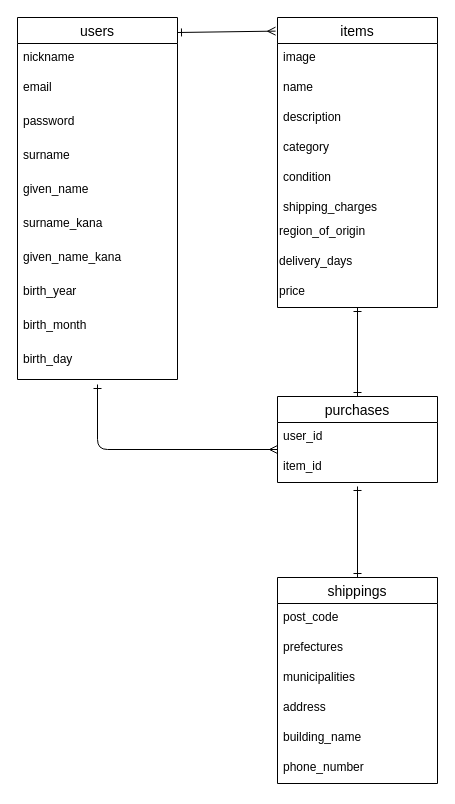
Above: furima.dio in masaya32/furima-39059 (draw.io), before the change. Source tidied: cells renumbered, new cells numbered last; positions are measured from the earlier drawing's top-left corner, leaving out a move shared by most shapes. Both pictures are drawn from the tidied source at 100%, with x=0, y=0 at pixel (17, 17).
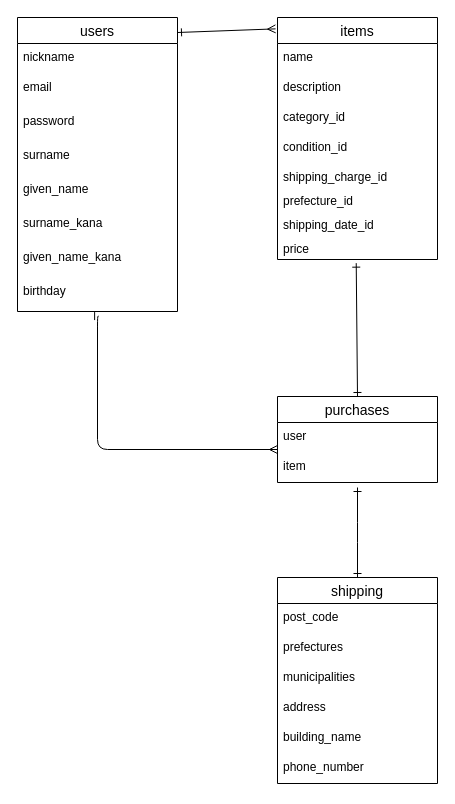
The same diagram, later.

Commit message (it also covers changes not shown here):
データーベース設計の修正

Unchanged cells that the change refers to:
```xml
<mxCell id="23" value="purchases" style="swimlane;fontStyle=0;horizontal=1;startSize=26;align=center;fontSize=14;" parent="1" vertex="1">
  <mxGeometry x="260" y="379" width="160" height="86" as="geometry" />
</mxCell>
```

Change to the diagram source:
```diff
@@
     <mxCell id="2" value="users" style="swimlane;fontStyle=0;horizontal=1;startSize=26;align=center;fontSize=14;" parent="1" vertex="1">
-      <mxGeometry width="160" height="362" as="geometry" />
+      <mxGeometry width="160" height="294" as="geometry" />
     </mxCell>
@@
-    <mxCell id="10" value="birth_year" style="text;strokeColor=none;fillColor=none;spacingLeft=4;spacingRight=4;overflow=hidden;points=[[0,0.5],[1,0.5]];portConstraint=eastwest;fontSize=12;" parent="2" vertex="1">
+    <mxCell id="10" value="birthday" style="text;strokeColor=none;fillColor=none;spacingLeft=4;spacingRight=4;overflow=hidden;points=[[0,0.5],[1,0.5]];portConstraint=eastwest;fontSize=12;" parent="2" vertex="1">
       <mxGeometry y="260" width="160" height="34" as="geometry" />
     </mxCell>
-    <mxCell id="11" value="birth_month" style="text;strokeColor=none;fillColor=none;spacingLeft=4;spacingRight=4;overflow=hidden;fontSize=12;" parent="2" vertex="1">
-      <mxGeometry y="294" width="160" height="34" as="geometry" />
-    </mxCell>
-    <mxCell id="12" value="birth_day" style="text;strokeColor=none;fillColor=none;spacingLeft=4;spacingRight=4;overflow=hidden;points=[[0,0.5],[1,0.5]];portConstraint=eastwest;fontSize=12;" parent="2" vertex="1">
-      <mxGeometry y="328" width="160" height="34" as="geometry" />
-    </mxCell>
     <mxCell id="13" value="items" style="swimlane;fontStyle=0;horizontal=1;startSize=26;align=center;fontSize=14;" parent="1" vertex="1">
-      <mxGeometry x="260" width="160" height="290" as="geometry" />
+      <mxGeometry x="260" width="160" height="242" as="geometry" />
     </mxCell>
-    <mxCell id="14" value="image" style="text;strokeColor=none;fillColor=none;spacingLeft=4;spacingRight=4;overflow=hidden;fontSize=12;" parent="13" vertex="1">
-      <mxGeometry y="26" width="160" height="30" as="geometry" />
-    </mxCell>
     <mxCell id="15" value="name" style="text;strokeColor=none;fillColor=none;spacingLeft=4;spacingRight=4;overflow=hidden;fontSize=12;" parent="13" vertex="1">
-      <mxGeometry y="56" width="160" height="30" as="geometry" />
+      <mxGeometry y="26" width="160" height="30" as="geometry" />
     </mxCell>
     <mxCell id="16" value="description" style="text;strokeColor=none;fillColor=none;spacingLeft=4;spacingRight=4;overflow=hidden;fontSize=12;" parent="13" vertex="1">
-      <mxGeometry y="86" width="160" height="30" as="geometry" />
+      <mxGeometry y="56" width="160" height="30" as="geometry" />
     </mxCell>
-    <mxCell id="17" value="category" style="text;strokeColor=none;fillColor=none;spacingLeft=4;spacingRight=4;overflow=hidden;fontSize=12;" parent="13" vertex="1">
-      <mxGeometry y="116" width="160" height="30" as="geometry" />
+    <mxCell id="17" value="category_id" style="text;strokeColor=none;fillColor=none;spacingLeft=4;spacingRight=4;overflow=hidden;fontSize=12;" parent="13" vertex="1">
+      <mxGeometry y="86" width="160" height="30" as="geometry" />
     </mxCell>
-    <mxCell id="18" value="condition&#10;&#10;" style="text;strokeColor=none;fillColor=none;spacingLeft=4;spacingRight=4;overflow=hidden;fontSize=12;" parent="13" vertex="1">
-      <mxGeometry y="146" width="160" height="30" as="geometry" />
+    <mxCell id="18" value="condition_id" style="text;strokeColor=none;fillColor=none;spacingLeft=4;spacingRight=4;overflow=hidden;fontSize=12;" parent="13" vertex="1">
+      <mxGeometry y="116" width="160" height="30" as="geometry" />
     </mxCell>
-    <mxCell id="19" value="shipping_charges" style="text;strokeColor=none;fillColor=none;spacingLeft=4;spacingRight=4;overflow=hidden;fontSize=12;" parent="13" vertex="1">
-      <mxGeometry y="176" width="160" height="24" as="geometry" />
+    <mxCell id="19" value="shipping_charge_id" style="text;strokeColor=none;fillColor=none;spacingLeft=4;spacingRight=4;overflow=hidden;fontSize=12;" parent="13" vertex="1">
+      <mxGeometry y="146" width="160" height="24" as="geometry" />
     </mxCell>
-    <mxCell id="20" value="region_of_origin" style="text;whiteSpace=wrap;html=1;" parent="13" vertex="1">
-      <mxGeometry y="200" width="160" height="30" as="geometry" />
-    </mxCell>
-    <mxCell id="21" value="delivery_days" style="text;whiteSpace=wrap;html=1;" parent="13" vertex="1">
-      <mxGeometry y="230" width="160" height="30" as="geometry" />
-    </mxCell>
+    <mxCell id="37" value="prefecture_id" style="text;strokeColor=none;fillColor=none;spacingLeft=4;spacingRight=4;overflow=hidden;fontSize=12;" parent="13" vertex="1">
+      <mxGeometry y="170" width="160" height="24" as="geometry" />
+    </mxCell>
+    <mxCell id="38" value="shipping_date_id" style="text;strokeColor=none;fillColor=none;spacingLeft=4;spacingRight=4;overflow=hidden;fontSize=12;" parent="13" vertex="1">
+      <mxGeometry y="194" width="160" height="24" as="geometry" />
+    </mxCell>
-    <mxCell id="22" value="price" style="text;whiteSpace=wrap;html=1;" parent="13" vertex="1">
-      <mxGeometry y="260" width="160" height="30" as="geometry" />
+    <mxCell id="22" value="price" style="text;strokeColor=none;fillColor=none;spacingLeft=4;spacingRight=4;overflow=hidden;points=[[0,0.5],[1,0.5]];portConstraint=eastwest;fontSize=12;" parent="13" vertex="1">
+      <mxGeometry y="218" width="160" height="24" as="geometry" />
     </mxCell>
@@
-    <mxCell id="24" value="user_id" style="text;strokeColor=none;fillColor=none;spacingLeft=4;spacingRight=4;overflow=hidden;fontSize=12;" parent="23" vertex="1">
+    <mxCell id="24" value="user" style="text;strokeColor=none;fillColor=none;spacingLeft=4;spacingRight=4;overflow=hidden;fontSize=12;" parent="23" vertex="1">
       <mxGeometry y="26" width="160" height="30" as="geometry" />
     </mxCell>
-    <mxCell id="25" value="item_id" style="text;strokeColor=none;fillColor=none;spacingLeft=4;spacingRight=4;overflow=hidden;points=[[0,0.5],[1,0.5]];portConstraint=eastwest;fontSize=12;" parent="23" vertex="1">
+    <mxCell id="25" value="item" style="text;strokeColor=none;fillColor=none;spacingLeft=4;spacingRight=4;overflow=hidden;points=[[0,0.5],[1,0.5]];portConstraint=eastwest;fontSize=12;" parent="23" vertex="1">
       <mxGeometry y="56" width="160" height="30" as="geometry" />
     </mxCell>
-    <mxCell id="26" style="edgeStyle=elbowEdgeStyle;html=1;exitX=0.5;exitY=0;exitDx=0;exitDy=0;entryX=0.494;entryY=1.133;entryDx=0;entryDy=0;entryPerimeter=0;startArrow=ERone;startFill=0;endArrow=ERone;endFill=0;" parent="1" edge="1" source="27" target="25">
+    <mxCell id="26" style="edgeStyle=elbowEdgeStyle;html=1;exitX=0.5;exitY=0;exitDx=0;exitDy=0;startArrow=ERone;startFill=0;endArrow=ERone;endFill=0;entryX=0.5;entryY=1.167;entryDx=0;entryDy=0;entryPerimeter=0;" parent="1" edge="1" source="27" target="25">
       <mxGeometry relative="1" as="geometry" />
     </mxCell>
-    <mxCell id="27" value="shippings" style="swimlane;fontStyle=0;horizontal=1;startSize=26;align=center;fontSize=14;" parent="1" vertex="1">
+    <mxCell id="27" value="shipping" style="swimlane;fontStyle=0;horizontal=1;startSize=26;align=center;fontSize=14;" parent="1" vertex="1">
       <mxGeometry x="260" y="560" width="160" height="206" as="geometry" />
     </mxCell>
@@
-    <mxCell id="34" style="edgeStyle=elbowEdgeStyle;html=1;startArrow=ERone;startFill=0;endArrow=ERmany;endFill=0;exitX=0.5;exitY=1.147;exitDx=0;exitDy=0;exitPerimeter=0;" parent="1" edge="1" source="12">
+    <mxCell id="34" style="edgeStyle=elbowEdgeStyle;html=1;startArrow=ERone;startFill=0;endArrow=ERmany;endFill=0;exitX=0.507;exitY=1.135;exitDx=0;exitDy=0;exitPerimeter=0;" parent="1" edge="1" source="10">
       <mxGeometry relative="1" as="geometry">
         <mxPoint x="260" y="432" as="targetPoint" />
         <Array as="points">
           <mxPoint x="80" y="272" />
         </Array>
       </mxGeometry>
     </mxCell>
-    <mxCell id="35" style="edgeStyle=none;html=1;exitX=0.5;exitY=1;exitDx=0;exitDy=0;entryX=0.5;entryY=0;entryDx=0;entryDy=0;startArrow=ERone;startFill=0;endArrow=ERone;endFill=0;" parent="1" edge="1" source="22" target="23">
+    <mxCell id="35" style="edgeStyle=none;html=1;exitX=0.492;exitY=1.152;exitDx=0;exitDy=0;entryX=0.5;entryY=0;entryDx=0;entryDy=0;startArrow=ERone;startFill=0;endArrow=ERone;endFill=0;exitPerimeter=0;" parent="1" edge="1" source="22" target="23">
       <mxGeometry relative="1" as="geometry" />
     </mxCell>
```
